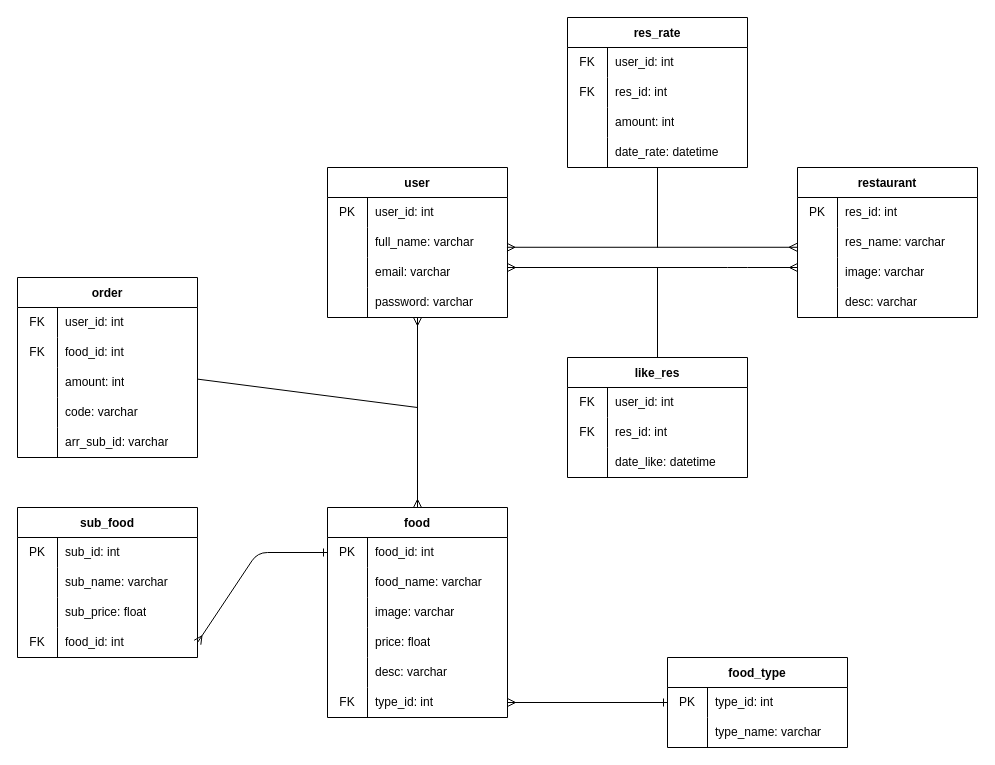
Earlier version of the draw.io diagram food-app.drawio (hqbao000101/NodeJS33_HuynhQuangBao_FoodApp). Source tidied: cells renumbered, new cells numbered last; positions are measured from the earlier drawing's top-left corner, leaving out a move shared by most shapes. Both pictures are drawn from the tidied source at 100%, with x=0, y=0 at pixel (17, 17).
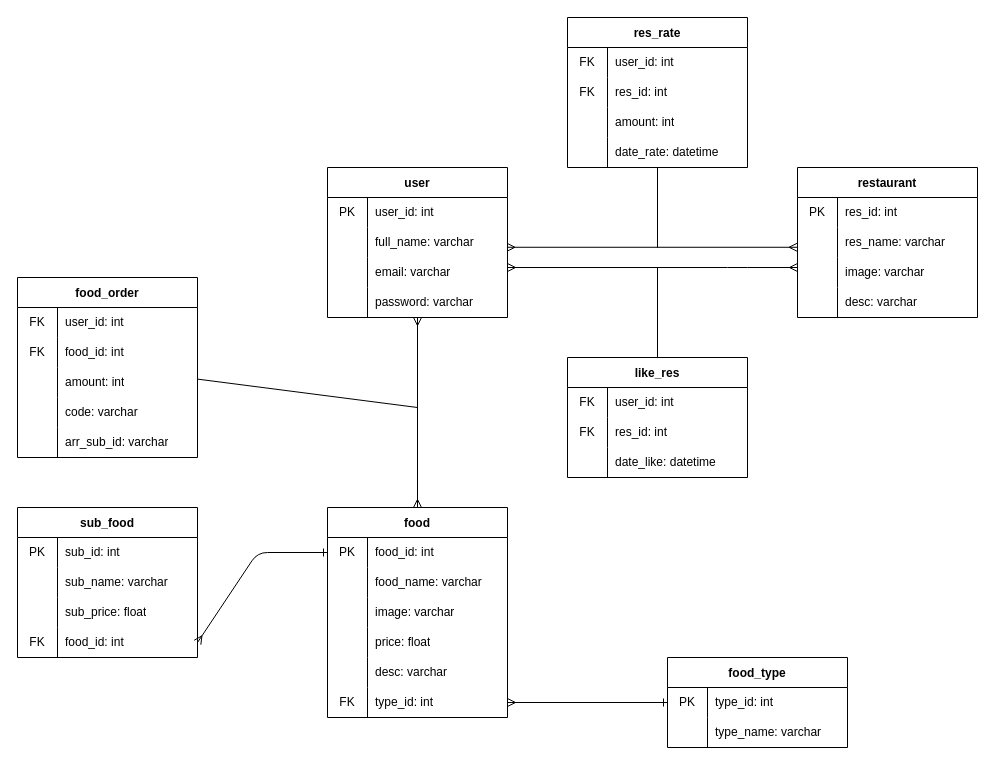
The same diagram, later.

The edit, as a diff of the source:
```diff
@@
-    <mxCell id="98" value="order" style="shape=table;startSize=30;childLayout=tableLayout;rowLines=0;fontStyle=1;" parent="1" vertex="1">
+    <mxCell id="98" value="food_order" style="shape=table;startSize=30;childLayout=tableLayout;rowLines=0;fontStyle=1;" parent="1" vertex="1">
       <mxGeometry y="260" width="180" height="180" as="geometry" />
     </mxCell>
```
